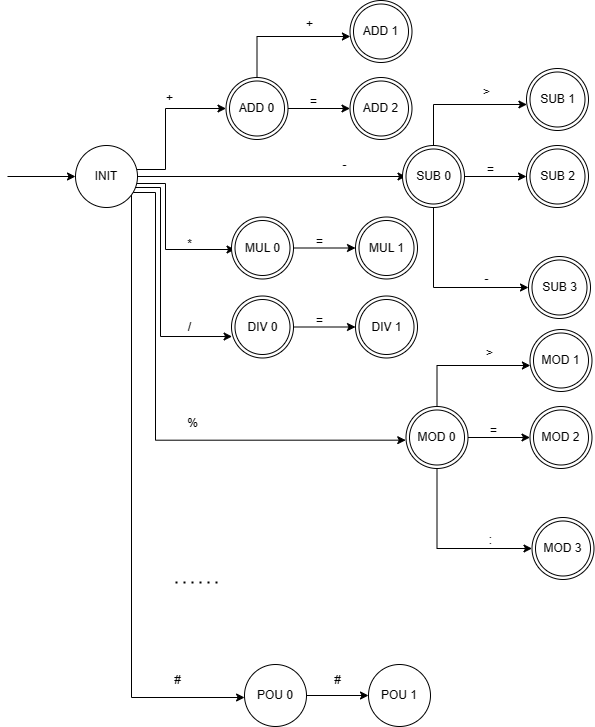
This is 运算符和定界符.drawio.png from ZYNsama666/BackUp, a draw.io export, as it was before one commit. Source tidied: cells renumbered, new cells last; positions are measured from the earlier drawing's top-left corner, leaving out a move shared by most shapes.
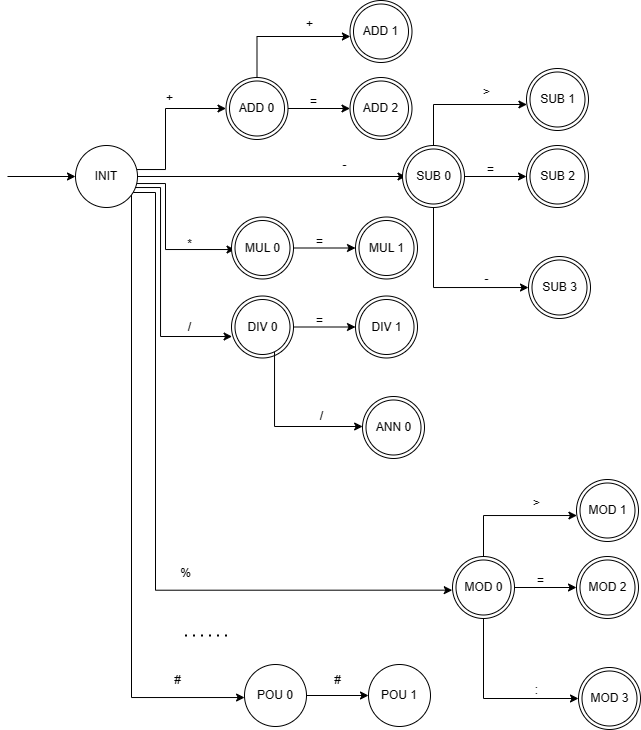
The same file after the commit.

Commit message:
更新运算符和定界符.drawio.png

What changed in the source:
```diff
@@ -33,8 +33,7 @@
       <mxGeometry relative="1" as="geometry">
         <Array as="points">
           <mxPoint x="148" y="192" />
-          <mxPoint x="148" y="439" />
-          <mxPoint x="398" y="439" />
+          <mxPoint x="148" y="590" />
         </Array>
       </mxGeometry>
     </mxCell>
@@ -177,6 +176,14 @@
     <mxCell id="46" value="=" style="text;html=1;align=center;verticalAlign=middle;strokeColor=none;fillColor=none;" parent="1" vertex="1">
       <mxGeometry x="299" y="306.5" width="25" height="26" as="geometry" />
     </mxCell>
+    <mxCell id="71" style="edgeStyle=orthogonalEdgeStyle;rounded=0;jettySize=auto;html=1;" parent="1" edge="1" source="47">
+      <mxGeometry relative="1" as="geometry">
+        <mxPoint x="355.1" y="426" as="targetPoint" />
+        <Array as="points">
+          <mxPoint x="267" y="426" />
+        </Array>
+      </mxGeometry>
+    </mxCell>
     <mxCell id="47" value="DIV 0" style="ellipse;whiteSpace=wrap;html=1;" parent="1" vertex="1">
       <mxGeometry x="227.5" y="299" width="55" height="55" as="geometry" />
     </mxCell>
@@ -189,7 +196,7 @@
     <mxCell id="50" style="edgeStyle=orthogonalEdgeStyle;rounded=0;jettySize=auto;html=1;" parent="1" edge="1" source="53" target="54">
       <mxGeometry relative="1" as="geometry">
         <Array as="points">
-          <mxPoint x="429.5" y="365" />
+          <mxPoint x="476" y="515" />
         </Array>
       </mxGeometry>
     </mxCell>
@@ -199,50 +206,50 @@
     <mxCell id="52" style="edgeStyle=orthogonalEdgeStyle;rounded=0;jettySize=auto;html=1;" parent="1" edge="1" source="53" target="61">
       <mxGeometry relative="1" as="geometry">
         <Array as="points">
-          <mxPoint x="429.5" y="548" />
+          <mxPoint x="476" y="698" />
         </Array>
       </mxGeometry>
     </mxCell>
     <mxCell id="53" value="ADD 0" style="ellipse;whiteSpace=wrap;html=1;" parent="1" vertex="1">
-      <mxGeometry x="398.5" y="406" width="62" height="62" as="geometry" />
+      <mxGeometry x="445" y="556" width="62" height="62" as="geometry" />
     </mxCell>
     <mxCell id="54" value="ADD 1" style="ellipse;whiteSpace=wrap;html=1;" parent="1" vertex="1">
-      <mxGeometry x="522.5" y="329" width="62" height="62" as="geometry" />
+      <mxGeometry x="569" y="479" width="62" height="62" as="geometry" />
     </mxCell>
     <mxCell id="55" value="&amp;gt;" style="text;html=1;align=center;verticalAlign=middle;strokeColor=none;fillColor=none;" parent="1" vertex="1">
-      <mxGeometry x="469.5" y="340" width="25" height="26" as="geometry" />
+      <mxGeometry x="516" y="490" width="25" height="26" as="geometry" />
     </mxCell>
     <mxCell id="56" value="ADD 3" style="ellipse;whiteSpace=wrap;html=1;" parent="1" vertex="1">
-      <mxGeometry x="522.5" y="406" width="62" height="62" as="geometry" />
+      <mxGeometry x="569" y="556" width="62" height="62" as="geometry" />
     </mxCell>
     <mxCell id="57" value="=" style="text;html=1;align=center;verticalAlign=middle;strokeColor=none;fillColor=none;" parent="1" vertex="1">
-      <mxGeometry x="473.5" y="417" width="25" height="26" as="geometry" />
+      <mxGeometry x="520" y="567" width="25" height="26" as="geometry" />
     </mxCell>
     <mxCell id="58" value="MOD 0" style="ellipse;whiteSpace=wrap;html=1;" parent="1" vertex="1">
-      <mxGeometry x="402" y="409.5" width="55" height="55" as="geometry" />
+      <mxGeometry x="448.5" y="559.5" width="55" height="55" as="geometry" />
     </mxCell>
     <mxCell id="59" value="MOD 1" style="ellipse;whiteSpace=wrap;html=1;" parent="1" vertex="1">
-      <mxGeometry x="526" y="332.5" width="55" height="55" as="geometry" />
+      <mxGeometry x="572.5" y="482.5" width="55" height="55" as="geometry" />
     </mxCell>
     <mxCell id="60" value="MOD 2" style="ellipse;whiteSpace=wrap;html=1;" parent="1" vertex="1">
-      <mxGeometry x="526" y="409.5" width="55" height="55" as="geometry" />
+      <mxGeometry x="572.5" y="559.5" width="55" height="55" as="geometry" />
     </mxCell>
     <mxCell id="61" value="ADD 0" style="ellipse;whiteSpace=wrap;html=1;" parent="1" vertex="1">
-      <mxGeometry x="524.5" y="517" width="62" height="62" as="geometry" />
+      <mxGeometry x="571" y="667" width="62" height="62" as="geometry" />
     </mxCell>
     <mxCell id="62" value="MOD 3" style="ellipse;whiteSpace=wrap;html=1;" parent="1" vertex="1">
-      <mxGeometry x="528" y="520.5" width="55" height="55" as="geometry" />
+      <mxGeometry x="574.5" y="670.5" width="55" height="55" as="geometry" />
     </mxCell>
     <mxCell id="63" value=":" style="text;html=1;align=center;verticalAlign=middle;strokeColor=none;fillColor=none;" parent="1" vertex="1">
-      <mxGeometry x="472" y="527" width="21" height="26" as="geometry" />
+      <mxGeometry x="518.5" y="677" width="21" height="26" as="geometry" />
     </mxCell>
     <mxCell id="64" value="%" style="text;html=1;align=center;verticalAlign=middle;strokeColor=none;fillColor=none;" parent="1" vertex="1">
-      <mxGeometry x="170" y="409.5" width="29" height="26" as="geometry" />
+      <mxGeometry x="163" y="559.5" width="29" height="26" as="geometry" />
     </mxCell>
     <mxCell id="65" style="endArrow=none;dashed=1;html=1;dashPattern=1 3;strokeWidth=2;rounded=0;" parent="1" edge="1">
       <mxGeometry relative="1" as="geometry">
-        <mxPoint x="168" y="582" as="sourcePoint" />
-        <mxPoint x="214.5" y="582" as="targetPoint" />
+        <mxPoint x="177.5" y="635" as="sourcePoint" />
+        <mxPoint x="224" y="635" as="targetPoint" />
       </mxGeometry>
     </mxCell>
     <mxCell id="66" style="edgeStyle=orthogonalEdgeStyle;rounded=0;jettySize=auto;html=1;" parent="1" edge="1" source="67" target="69">
@@ -260,5 +267,14 @@
     <mxCell id="70" value="#" style="text;html=1;align=center;verticalAlign=middle;strokeColor=none;fillColor=none;" parent="1" vertex="1">
       <mxGeometry x="317.5" y="667" width="25" height="26" as="geometry" />
     </mxCell>
+    <mxCell id="72" value="ADD 3" style="ellipse;whiteSpace=wrap;html=1;" parent="1" vertex="1">
+      <mxGeometry x="355" y="396" width="62" height="62" as="geometry" />
+    </mxCell>
+    <mxCell id="73" value="ANN 0" style="ellipse;whiteSpace=wrap;html=1;" parent="1" vertex="1">
+      <mxGeometry x="358.5" y="399.5" width="55" height="55" as="geometry" />
+    </mxCell>
+    <mxCell id="74" value="/" style="text;html=1;align=center;verticalAlign=middle;strokeColor=none;fillColor=none;" parent="1" vertex="1">
+      <mxGeometry x="303" y="403" width="21" height="26" as="geometry" />
+    </mxCell>
   </root>
 </mxGraphModel>
```
